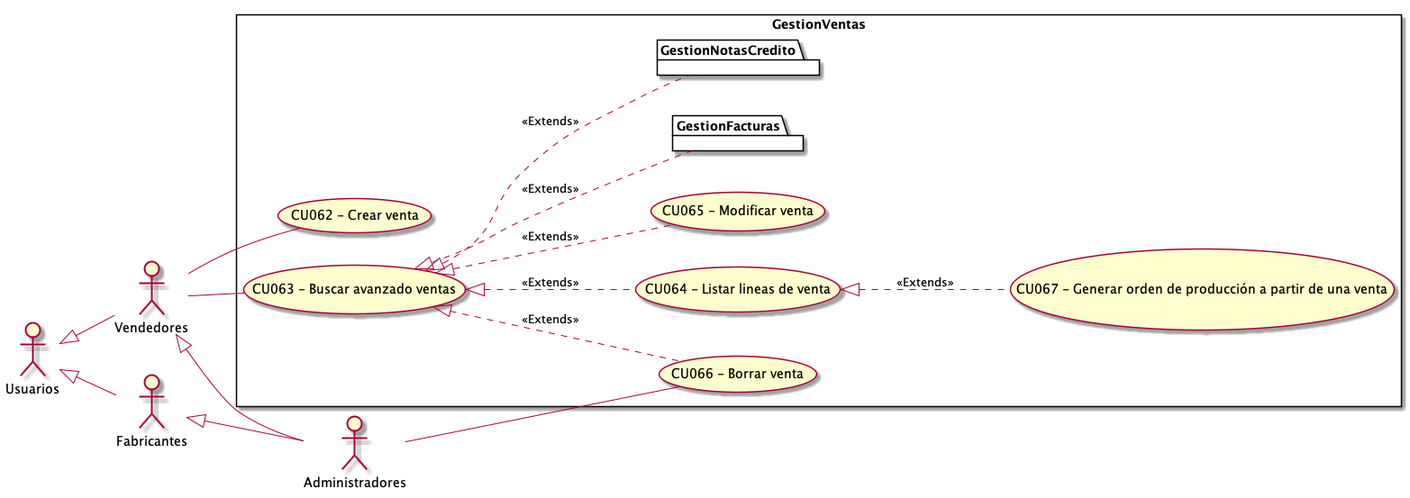
This is Informe Final/Imagenes/ModeladoDeCasosDeUso/DiagramaDeCasosDeUso/GestionVentas.png from ZMGestion/DocumentacionZMGestion, a PlantUML export, as it was before one commit.
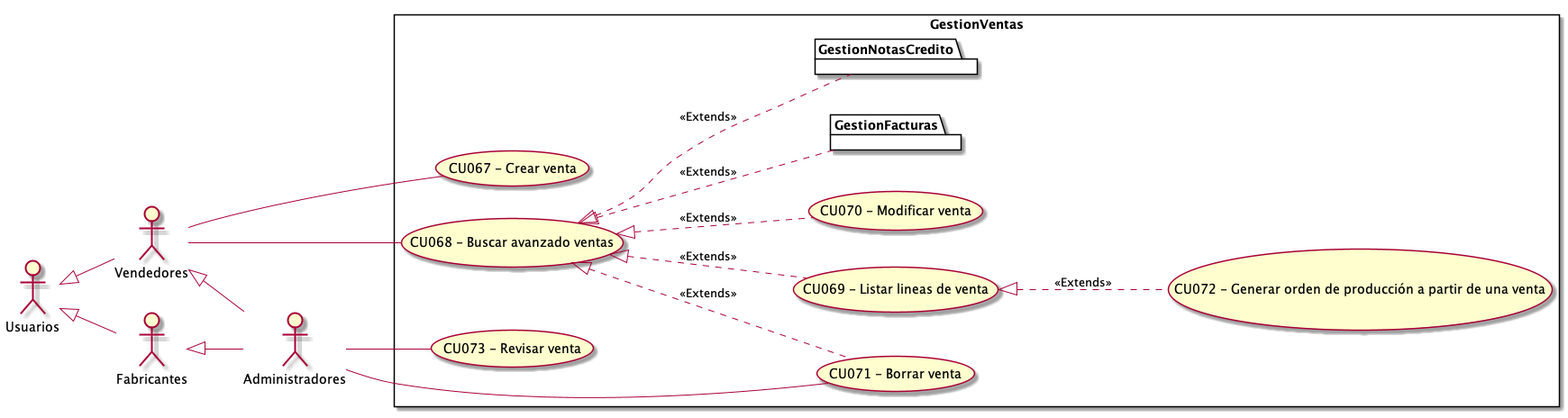
Later version of the same file.

What changed in the source:
```diff
@@ -13,12 +13,13 @@
  left to right direction
 
 rectangle GestionVentas{
-    UseCase "CU062 - Crear venta" as C
-    UseCase "CU063 - Buscar avanzado ventas " as BA
-    UseCase "CU064 - Listar lineas de venta " as Listar
-    UseCase "CU065 - Modificar venta" as M
-    UseCase "CU066 - Borrar venta" as B
-    UseCase "CU067 - Generar orden de producción a partir de una venta" as Generar
+    UseCase "CU067 - Crear venta" as C
+    UseCase "CU068 - Buscar avanzado ventas " as BA
+    UseCase "CU069 - Listar lineas de venta " as Listar
+    UseCase "CU070 - Modificar venta" as M
+    UseCase "CU071 - Borrar venta" as B
+    UseCase "CU072 - Generar orden de producción a partir de una venta" as Generar
+    UseCase "CU073 - Revisar venta" as Revisar
     package GestionFacturas{
     }
     package GestionNotasCredito{
@@ -34,5 +35,6 @@
     Vendedores -- C
     Vendedores -- BA
     Administradores -- B
+    Administradores -- Revisar
 
 @enduml
```
